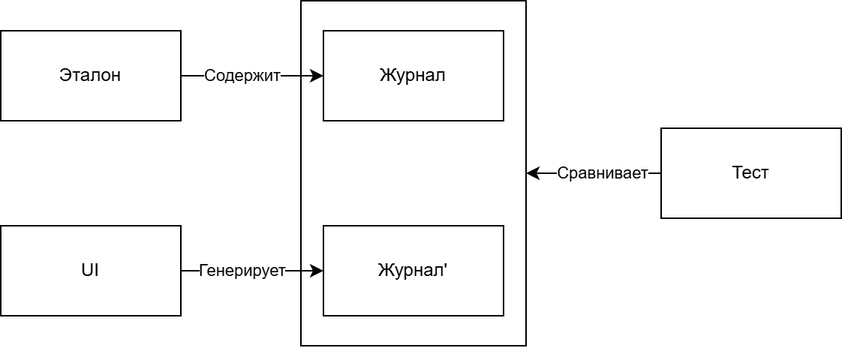
rkhaimov/storyshots keeps this draw.io diagram as website/docs/specification/requirements/assets/journal.drawio.png. Above is the earlier version. Source tidied: cells renumbered, new cells last; positions are measured from the earlier drawing's top-left corner, leaving out a move shared by most shapes. The source it was exported from:
```xml
<mxGraphModel>
  <root>
    <mxCell id="0" />
    <mxCell id="1" parent="0" />
    <mxCell id="2" style="rounded=0;whiteSpace=wrap;html=1;" parent="1" vertex="1">
      <mxGeometry x="200" width="150" height="230" as="geometry" />
    </mxCell>
    <mxCell id="3" value="Журнал" style="rounded=0;whiteSpace=wrap;html=1;" parent="1" vertex="1">
      <mxGeometry x="215" y="20" width="120" height="60" as="geometry" />
    </mxCell>
    <mxCell id="4" style="edgeStyle=orthogonalEdgeStyle;rounded=0;jettySize=auto;html=1;" parent="1" edge="1" source="6" target="7">
      <mxGeometry relative="1" as="geometry" />
    </mxCell>
    <mxCell id="5" value="Генерирует" style="edgeLabel;html=1;align=center;verticalAlign=middle;" parent="4" vertex="1">
      <mxGeometry x="0.08" relative="1" as="geometry">
        <mxPoint x="-11" as="offset" />
      </mxGeometry>
    </mxCell>
    <mxCell id="6" value="UI" style="rounded=0;whiteSpace=wrap;html=1;" parent="1" vertex="1">
      <mxGeometry y="150" width="120" height="60" as="geometry" />
    </mxCell>
    <mxCell id="7" value="Журнал'" style="rounded=0;whiteSpace=wrap;html=1;" parent="1" vertex="1">
      <mxGeometry x="215" y="150" width="120" height="60" as="geometry" />
    </mxCell>
    <mxCell id="8" style="edgeStyle=orthogonalEdgeStyle;rounded=0;jettySize=auto;html=1;entryX=1;entryY=0.5;entryDx=0;entryDy=0;" parent="1" edge="1" source="10" target="2">
      <mxGeometry relative="1" as="geometry" />
    </mxCell>
    <mxCell id="9" value="Сравнивает" style="edgeLabel;html=1;align=center;verticalAlign=middle;" parent="8" vertex="1">
      <mxGeometry x="-0.16" y="1" relative="1" as="geometry">
        <mxPoint x="-2" y="-1" as="offset" />
      </mxGeometry>
    </mxCell>
    <mxCell id="10" value="Тест" style="rounded=0;whiteSpace=wrap;html=1;" parent="1" vertex="1">
      <mxGeometry x="440" y="85" width="120" height="60" as="geometry" />
    </mxCell>
    <mxCell id="11" style="edgeStyle=orthogonalEdgeStyle;rounded=0;jettySize=auto;html=1;" parent="1" edge="1" source="13" target="3">
      <mxGeometry relative="1" as="geometry" />
    </mxCell>
    <mxCell id="12" value="Содержит" style="edgeLabel;html=1;align=center;verticalAlign=middle;" parent="11" vertex="1">
      <mxGeometry x="-0.3" relative="1" as="geometry">
        <mxPoint x="7" as="offset" />
      </mxGeometry>
    </mxCell>
    <mxCell id="13" value="Эталон" style="rounded=0;whiteSpace=wrap;html=1;" parent="1" vertex="1">
      <mxGeometry y="20" width="120" height="60" as="geometry" />
    </mxCell>
  </root>
</mxGraphModel>
```
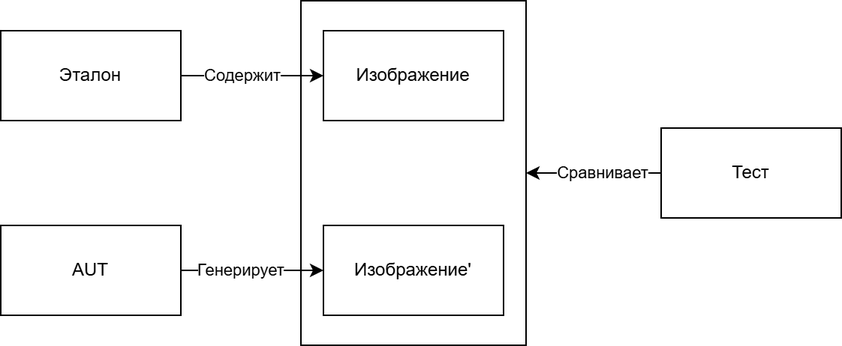
Above is the later version.

Change to the diagram source:
```diff
@@ -5,7 +5,7 @@
     <mxCell id="2" style="rounded=0;whiteSpace=wrap;html=1;" parent="1" vertex="1">
       <mxGeometry x="200" width="150" height="230" as="geometry" />
     </mxCell>
-    <mxCell id="3" value="Журнал" style="rounded=0;whiteSpace=wrap;html=1;" parent="1" vertex="1">
+    <mxCell id="3" value="Изображение" style="rounded=0;whiteSpace=wrap;html=1;" parent="1" vertex="1">
       <mxGeometry x="215" y="20" width="120" height="60" as="geometry" />
     </mxCell>
     <mxCell id="4" style="edgeStyle=orthogonalEdgeStyle;rounded=0;jettySize=auto;html=1;" parent="1" edge="1" source="6" target="7">
@@ -16,10 +16,10 @@
         <mxPoint x="-11" as="offset" />
       </mxGeometry>
     </mxCell>
-    <mxCell id="6" value="UI" style="rounded=0;whiteSpace=wrap;html=1;" parent="1" vertex="1">
+    <mxCell id="6" value="AUT" style="rounded=0;whiteSpace=wrap;html=1;" parent="1" vertex="1">
       <mxGeometry y="150" width="120" height="60" as="geometry" />
     </mxCell>
-    <mxCell id="7" value="Журнал'" style="rounded=0;whiteSpace=wrap;html=1;" parent="1" vertex="1">
+    <mxCell id="7" value="Изображение'" style="rounded=0;whiteSpace=wrap;html=1;" parent="1" vertex="1">
       <mxGeometry x="215" y="150" width="120" height="60" as="geometry" />
     </mxCell>
     <mxCell id="8" style="edgeStyle=orthogonalEdgeStyle;rounded=0;jettySize=auto;html=1;entryX=1;entryY=0.5;entryDx=0;entryDy=0;" parent="1" edge="1" source="10" target="2">
```
